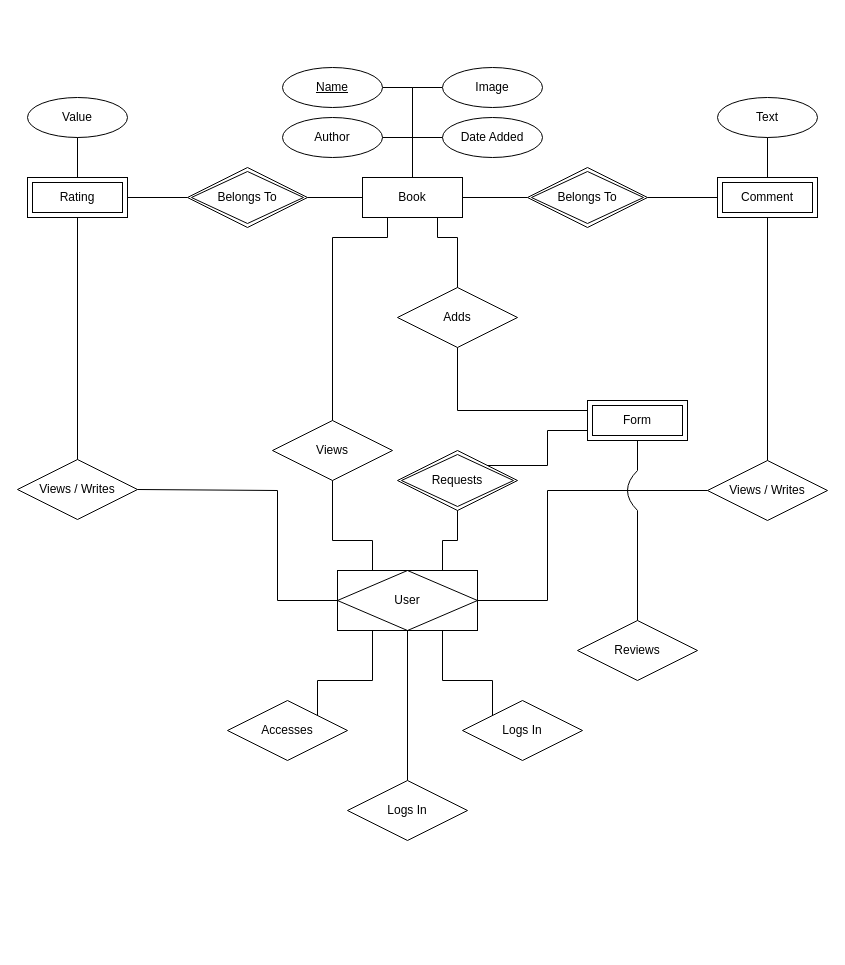
Before: BDB Diagram.drawio in theinsurgentarchive/BDB, a draw.io diagram. Source tidied: cells renumbered, new cells numbered last; positions are measured from the earlier drawing's top-left corner, leaving out a move shared by most shapes. Both pictures are drawn from the tidied source at 100%, with x=0, y=0 at pixel (17, 67).
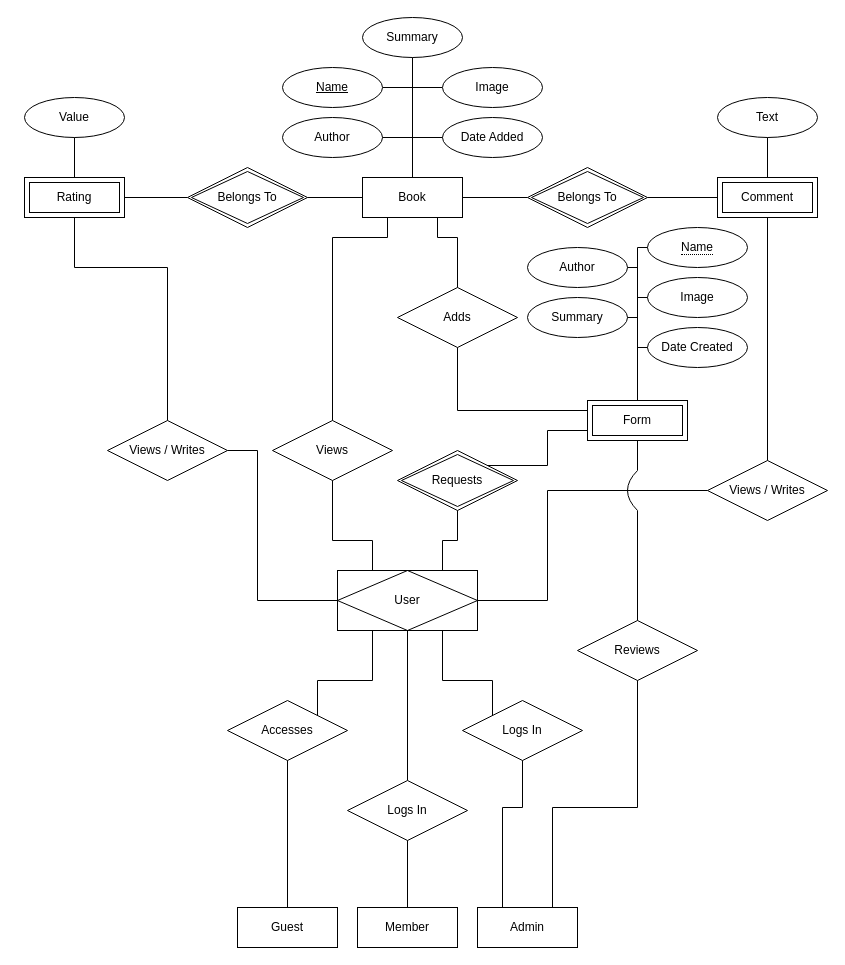
Above is the later version.

Commit message:
Finalized First Draft of BDB Diagram.drawio

Unchanged cells that the change refers to:
```xml
<mxCell id="2" value="&lt;div&gt;Book&lt;/div&gt;" style="whiteSpace=wrap;html=1;align=center;" parent="1" vertex="1">
  <mxGeometry x="345" y="110" width="100" height="40" as="geometry" />
</mxCell>
<mxCell id="32" value="Form" style="shape=ext;margin=3;double=1;whiteSpace=wrap;html=1;align=center;" parent="1" vertex="1">
  <mxGeometry x="570" y="333" width="100" height="40" as="geometry" />
</mxCell>
<mxCell id="38" value="User" style="shape=associativeEntity;whiteSpace=wrap;html=1;align=center;" parent="1" vertex="1">
  <mxGeometry x="320" y="503" width="140" height="60" as="geometry" />
</mxCell>
<mxCell id="42" value="Logs In" style="shape=rhombus;perimeter=rhombusPerimeter;whiteSpace=wrap;html=1;align=center;" parent="1" vertex="1">
  <mxGeometry x="330" y="713" width="120" height="60" as="geometry" />
</mxCell>
<mxCell id="43" value="Accesses" style="shape=rhombus;perimeter=rhombusPerimeter;whiteSpace=wrap;html=1;align=center;" parent="1" vertex="1">
  <mxGeometry x="210" y="633" width="120" height="60" as="geometry" />
</mxCell>
<mxCell id="44" value="Logs In" style="shape=rhombus;perimeter=rhombusPerimeter;whiteSpace=wrap;html=1;align=center;" parent="1" vertex="1">
  <mxGeometry x="445" y="633" width="120" height="60" as="geometry" />
</mxCell>
<mxCell id="45" value="&lt;div&gt;Reviews&lt;/div&gt;" style="shape=rhombus;perimeter=rhombusPerimeter;whiteSpace=wrap;html=1;align=center;" parent="1" vertex="1">
  <mxGeometry x="560" y="553" width="120" height="60" as="geometry" />
</mxCell>
```

Change to the diagram source:
```diff
@@
     <mxCell id="11" value="Rating" style="shape=ext;margin=3;double=1;whiteSpace=wrap;html=1;align=center;" parent="1" vertex="1">
-      <mxGeometry x="10" y="110" width="100" height="40" as="geometry" />
+      <mxGeometry x="7" y="110" width="100" height="40" as="geometry" />
     </mxCell>
@@
     <mxCell id="19" value="Value" style="ellipse;whiteSpace=wrap;html=1;align=center;" parent="1" vertex="1">
-      <mxGeometry x="10" y="30" width="100" height="40" as="geometry" />
+      <mxGeometry x="7" y="30" width="100" height="40" as="geometry" />
     </mxCell>
@@
     <mxCell id="27" value="Views / Writes" style="shape=rhombus;perimeter=rhombusPerimeter;whiteSpace=wrap;html=1;align=center;" parent="1" vertex="1">
-      <mxGeometry y="392" width="120" height="60" as="geometry" />
+      <mxGeometry x="90" y="353" width="120" height="60" as="geometry" />
     </mxCell>
     <mxCell id="28" style="endArrow=none;html=1;rounded=0;exitX=1;exitY=0.5;exitDx=0;exitDy=0;entryX=0;entryY=0.5;entryDx=0;entryDy=0;" parent="1" edge="1" source="27" target="38">
       <mxGeometry relative="1" as="geometry">
         <Array as="points">
-          <mxPoint x="260" y="423" />
-          <mxPoint x="260" y="533" />
+          <mxPoint x="240" y="383" />
+          <mxPoint x="240" y="533" />
         </Array>
       </mxGeometry>
     </mxCell>
@@
     <mxCell id="31" style="endArrow=none;html=1;rounded=0;exitX=0.5;exitY=1;exitDx=0;exitDy=0;exitPerimeter=0;entryX=0.5;entryY=0;entryDx=0;entryDy=0;" parent="1" edge="1" source="11" target="27">
-      <mxGeometry relative="1" as="geometry" />
+      <mxGeometry relative="1" as="geometry">
+        <Array as="points">
+          <mxPoint x="57" y="200" />
+          <mxPoint x="150" y="200" />
+        </Array>
+      </mxGeometry>
     </mxCell>
@@
+    <mxCell id="50" value="&lt;div&gt;Member&lt;/div&gt;" style="whiteSpace=wrap;html=1;align=center;" parent="1" vertex="1">
+      <mxGeometry x="340" y="840" width="100" height="40" as="geometry" />
+    </mxCell>
+    <mxCell id="51" value="&lt;div&gt;Guest&lt;/div&gt;" style="whiteSpace=wrap;html=1;align=center;" parent="1" vertex="1">
+      <mxGeometry x="220" y="840" width="100" height="40" as="geometry" />
+    </mxCell>
+    <mxCell id="52" value="Admin" style="whiteSpace=wrap;html=1;align=center;" parent="1" vertex="1">
+      <mxGeometry x="460" y="840" width="100" height="40" as="geometry" />
+    </mxCell>
+    <mxCell id="53" style="endArrow=none;html=1;rounded=0;exitX=0.5;exitY=0;exitDx=0;exitDy=0;entryX=0.5;entryY=1;entryDx=0;entryDy=0;" parent="1" edge="1" source="51" target="43">
+      <mxGeometry relative="1" as="geometry" />
+    </mxCell>
+    <mxCell id="54" style="endArrow=none;html=1;rounded=0;exitX=0.5;exitY=1;exitDx=0;exitDy=0;entryX=0.5;entryY=0;entryDx=0;entryDy=0;" parent="1" edge="1" source="42" target="50">
+      <mxGeometry relative="1" as="geometry" />
+    </mxCell>
+    <mxCell id="55" style="endArrow=none;html=1;rounded=0;entryX=0.5;entryY=1;entryDx=0;entryDy=0;exitX=0.25;exitY=0;exitDx=0;exitDy=0;" parent="1" edge="1" source="52" target="44">
+      <mxGeometry relative="1" as="geometry">
+        <Array as="points">
+          <mxPoint x="485" y="740" />
+          <mxPoint x="505" y="740" />
+        </Array>
+      </mxGeometry>
+    </mxCell>
+    <mxCell id="56" style="endArrow=none;html=1;rounded=0;exitX=0.5;exitY=1;exitDx=0;exitDy=0;entryX=0.75;entryY=0;entryDx=0;entryDy=0;" parent="1" edge="1" source="45" target="52">
+      <mxGeometry relative="1" as="geometry">
+        <Array as="points">
+          <mxPoint x="620" y="740" />
+          <mxPoint x="535" y="740" />
+        </Array>
+      </mxGeometry>
+    </mxCell>
+    <mxCell id="57" value="Image" style="ellipse;whiteSpace=wrap;html=1;align=center;" parent="1" vertex="1">
+      <mxGeometry x="630" y="210" width="100" height="40" as="geometry" />
+    </mxCell>
+    <mxCell id="58" value="&lt;span style=&quot;border-bottom: 1px dotted;&quot;&gt;Name&lt;/span&gt;" style="ellipse;whiteSpace=wrap;html=1;align=center;" parent="1" vertex="1">
+      <mxGeometry x="630" y="160" width="100" height="40" as="geometry" />
+    </mxCell>
+    <mxCell id="59" value="Author" style="ellipse;whiteSpace=wrap;html=1;align=center;" parent="1" vertex="1">
+      <mxGeometry x="510" y="180" width="100" height="40" as="geometry" />
+    </mxCell>
+    <mxCell id="60" value="Date Created" style="ellipse;whiteSpace=wrap;html=1;align=center;" parent="1" vertex="1">
+      <mxGeometry x="630" y="260" width="100" height="40" as="geometry" />
+    </mxCell>
+    <mxCell id="61" value="Summary" style="ellipse;whiteSpace=wrap;html=1;align=center;" parent="1" vertex="1">
+      <mxGeometry x="510" y="230" width="100" height="40" as="geometry" />
+    </mxCell>
+    <mxCell id="62" value="&lt;div&gt;Summary&lt;/div&gt;" style="ellipse;whiteSpace=wrap;html=1;align=center;" parent="1" vertex="1">
+      <mxGeometry x="345" y="-50" width="100" height="40" as="geometry" />
+    </mxCell>
+    <mxCell id="63" style="endArrow=none;html=1;rounded=0;exitX=0.5;exitY=0;exitDx=0;exitDy=0;entryX=0.5;entryY=1;entryDx=0;entryDy=0;" parent="1" edge="1" source="2" target="62">
+      <mxGeometry relative="1" as="geometry" />
+    </mxCell>
+    <mxCell id="64" style="endArrow=none;html=1;rounded=0;exitX=1;exitY=0.5;exitDx=0;exitDy=0;entryX=0.5;entryY=0;entryDx=0;entryDy=0;" parent="1" edge="1" source="61" target="32">
+      <mxGeometry relative="1" as="geometry">
+        <Array as="points">
+          <mxPoint x="620" y="250" />
+        </Array>
+      </mxGeometry>
+    </mxCell>
+    <mxCell id="65" style="endArrow=none;html=1;rounded=0;exitX=1;exitY=0.5;exitDx=0;exitDy=0;entryX=0.5;entryY=0;entryDx=0;entryDy=0;" parent="1" edge="1" source="59" target="32">
+      <mxGeometry relative="1" as="geometry">
+        <Array as="points">
+          <mxPoint x="620" y="200" />
+        </Array>
+      </mxGeometry>
+    </mxCell>
+    <mxCell id="66" style="endArrow=none;html=1;rounded=0;exitX=0;exitY=0.5;exitDx=0;exitDy=0;entryX=0.5;entryY=0;entryDx=0;entryDy=0;" parent="1" edge="1" source="60" target="32">
+      <mxGeometry relative="1" as="geometry">
+        <Array as="points">
+          <mxPoint x="620" y="280" />
+        </Array>
+      </mxGeometry>
+    </mxCell>
+    <mxCell id="67" style="endArrow=none;html=1;rounded=0;exitX=0;exitY=0.5;exitDx=0;exitDy=0;entryX=0.5;entryY=0;entryDx=0;entryDy=0;" parent="1" edge="1" source="57" target="32">
+      <mxGeometry relative="1" as="geometry">
+        <Array as="points">
+          <mxPoint x="620" y="230" />
+        </Array>
+      </mxGeometry>
+    </mxCell>
+    <mxCell id="68" style="endArrow=none;html=1;rounded=0;exitX=0.5;exitY=0;exitDx=0;exitDy=0;entryX=0;entryY=0.5;entryDx=0;entryDy=0;" parent="1" edge="1" source="32" target="58">
+      <mxGeometry relative="1" as="geometry">
+        <Array as="points">
+          <mxPoint x="620" y="180" />
+        </Array>
+      </mxGeometry>
+    </mxCell>
```
